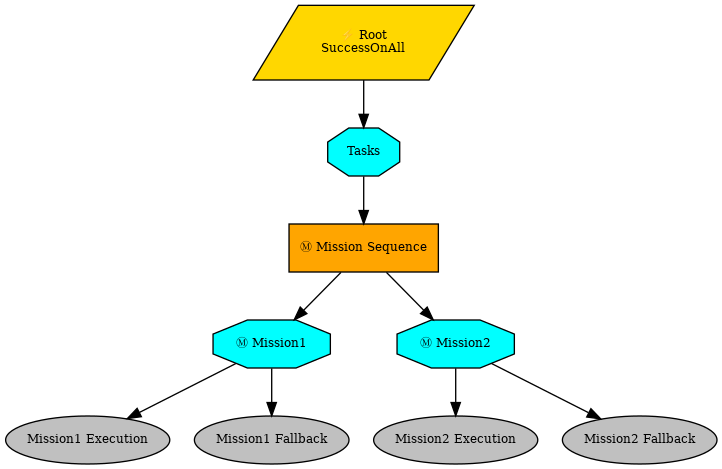
Before: root.png, a diagram exported from Graphviz (AMV-UI/KKI-25). Its source is kept beside it as root.dot.
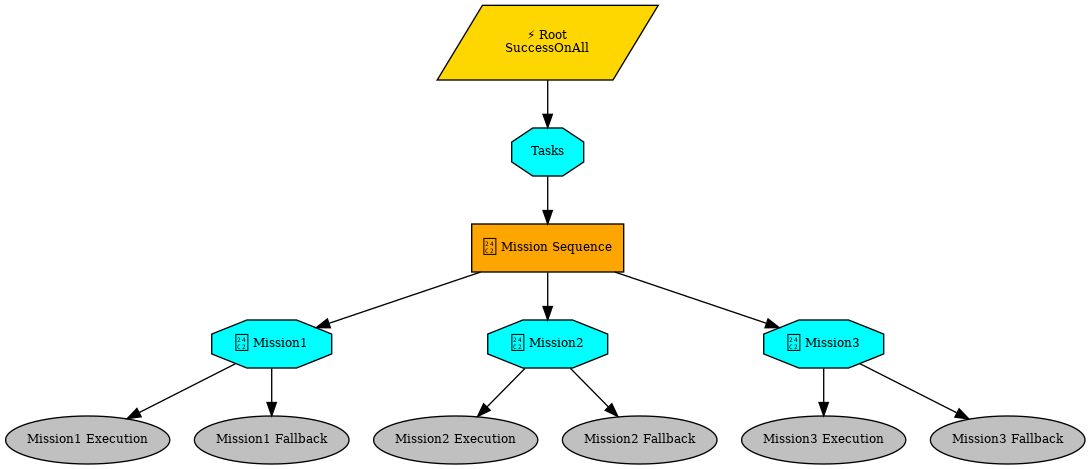
After the change.

What changed in the source:
```diff
@@ -3,21 +3,27 @@
 graph [fontname="times-roman"];
 node [fontname="times-roman"];
 edge [fontname="times-roman"];
-Root [fillcolor=gold, fontcolor=black, fontsize=9, label="⚡ Root\nSuccessOnAll", shape=parallelogram, style=filled];
-Tasks [fillcolor=cyan, fontcolor=black, fontsize=9, label=Tasks, shape=octagon, style=filled];
+Root [label="⚡ Root\nSuccessOnAll", shape=parallelogram, style=filled, fillcolor=gold, fontsize=9, fontcolor=black];
+Tasks [label=Tasks, shape=octagon, style=filled, fillcolor=cyan, fontsize=9, fontcolor=black];
 Root -> Tasks;
-"Mission Sequence" [fillcolor=orange, fontcolor=black, fontsize=9, label="Ⓜ Mission Sequence", shape=box, style=filled];
+"Mission Sequence" [label="Ⓜ Mission Sequence", shape=box, style=filled, fillcolor=orange, fontsize=9, fontcolor=black];
 Tasks -> "Mission Sequence";
-Mission1 [fillcolor=cyan, fontcolor=black, fontsize=9, label="Ⓜ Mission1", shape=octagon, style=filled];
+Mission1 [label="Ⓜ Mission1", shape=octagon, style=filled, fillcolor=cyan, fontsize=9, fontcolor=black];
 "Mission Sequence" -> Mission1;
-"Mission1 Execution" [fillcolor=gray, fontcolor=black, fontsize=9, label="Mission1 Execution", shape=ellipse, style=filled];
+"Mission1 Execution" [label="Mission1 Execution", shape=ellipse, style=filled, fillcolor=gray, fontsize=9, fontcolor=black];
 Mission1 -> "Mission1 Execution";
-"Mission1 Fallback" [fillcolor=gray, fontcolor=black, fontsize=9, label="Mission1 Fallback", shape=ellipse, style=filled];
+"Mission1 Fallback" [label="Mission1 Fallback", shape=ellipse, style=filled, fillcolor=gray, fontsize=9, fontcolor=black];
 Mission1 -> "Mission1 Fallback";
-Mission2 [fillcolor=cyan, fontcolor=black, fontsize=9, label="Ⓜ Mission2", shape=octagon, style=filled];
+Mission2 [label="Ⓜ Mission2", shape=octagon, style=filled, fillcolor=cyan, fontsize=9, fontcolor=black];
 "Mission Sequence" -> Mission2;
-"Mission2 Execution" [fillcolor=gray, fontcolor=black, fontsize=9, label="Mission2 Execution", shape=ellipse, style=filled];
+"Mission2 Execution" [label="Mission2 Execution", shape=ellipse, style=filled, fillcolor=gray, fontsize=9, fontcolor=black];
 Mission2 -> "Mission2 Execution";
-"Mission2 Fallback" [fillcolor=gray, fontcolor=black, fontsize=9, label="Mission2 Fallback", shape=ellipse, style=filled];
+"Mission2 Fallback" [label="Mission2 Fallback", shape=ellipse, style=filled, fillcolor=gray, fontsize=9, fontcolor=black];
 Mission2 -> "Mission2 Fallback";
+Mission3 [label="Ⓜ Mission3", shape=octagon, style=filled, fillcolor=cyan, fontsize=9, fontcolor=black];
+"Mission Sequence" -> Mission3;
+"Mission3 Execution" [label="Mission3 Execution", shape=ellipse, style=filled, fillcolor=gray, fontsize=9, fontcolor=black];
+Mission3 -> "Mission3 Execution";
+"Mission3 Fallback" [label="Mission3 Fallback", shape=ellipse, style=filled, fillcolor=gray, fontsize=9, fontcolor=black];
+Mission3 -> "Mission3 Fallback";
 }
```
